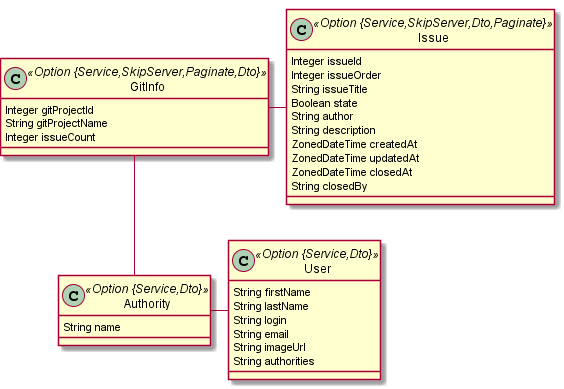
Ignema/gitimporter keeps this PlantUML diagram as jhipster.png. Above is the earlier version.
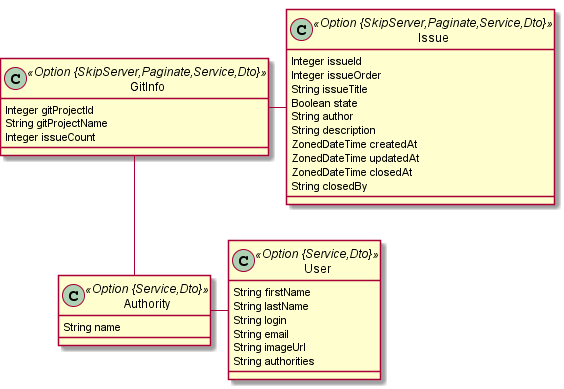
The same diagram one commit later.

What changed in the source:
```diff
@@ -1,12 +1,12 @@
 @startuml
 	!pragma graphviz_dot jdot
 	!pragma syntax class
-	class GitInfo <<Option {Service,SkipServer,Paginate,Dto}>> {
+	class GitInfo <<Option {SkipServer,Paginate,Service,Dto}>> {
 		Integer gitProjectId
 		String gitProjectName
 		Integer issueCount
 	}
-	class Issue <<Option {Service,SkipServer,Dto,Paginate}>> {
+	class Issue <<Option {SkipServer,Paginate,Service,Dto}>> {
 		Integer issueId
 		Integer issueOrder
 		String issueTitle
```
